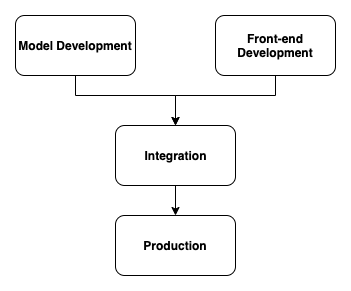
nadyaalimin/educational_data_mining keeps this draw.io diagram as media/img/development_flow.png. Above is the earlier version. Source tidied: cells renumbered, new cells last; positions are measured from the earlier drawing's top-left corner, leaving out a move shared by most shapes. The source it was exported from:
```xml
<mxGraphModel>
  <root>
    <mxCell id="0" />
    <mxCell id="1" parent="0" />
    <mxCell id="2" style="edgeStyle=orthogonalEdgeStyle;rounded=0;jettySize=auto;html=1;" parent="1" edge="1" source="3" target="7">
      <mxGeometry relative="1" as="geometry">
        <Array as="points">
          <mxPoint x="60" y="80" />
          <mxPoint x="160" y="80" />
        </Array>
      </mxGeometry>
    </mxCell>
    <mxCell id="3" value="Model Development" style="rounded=1;whiteSpace=wrap;html=1;fontStyle=1;" parent="1" vertex="1">
      <mxGeometry width="120" height="60" as="geometry" />
    </mxCell>
    <mxCell id="4" style="edgeStyle=orthogonalEdgeStyle;rounded=0;jettySize=auto;html=1;" parent="1" edge="1" source="5" target="7">
      <mxGeometry relative="1" as="geometry">
        <Array as="points">
          <mxPoint x="260" y="80" />
          <mxPoint x="160" y="80" />
        </Array>
      </mxGeometry>
    </mxCell>
    <mxCell id="5" value="Front-end Development" style="rounded=1;whiteSpace=wrap;html=1;fontStyle=1;" parent="1" vertex="1">
      <mxGeometry x="200" width="120" height="60" as="geometry" />
    </mxCell>
    <mxCell id="6" style="edgeStyle=orthogonalEdgeStyle;rounded=0;jettySize=auto;html=1;entryX=0.5;entryY=0;entryDx=0;entryDy=0;" parent="1" edge="1" source="7" target="8">
      <mxGeometry relative="1" as="geometry" />
    </mxCell>
    <mxCell id="7" value="Integration" style="rounded=1;whiteSpace=wrap;html=1;fontStyle=1;" parent="1" vertex="1">
      <mxGeometry x="100" y="110" width="120" height="60" as="geometry" />
    </mxCell>
    <mxCell id="8" value="Production" style="rounded=1;whiteSpace=wrap;html=1;fontStyle=1;" parent="1" vertex="1">
      <mxGeometry x="100" y="200" width="120" height="60" as="geometry" />
    </mxCell>
  </root>
</mxGraphModel>
```
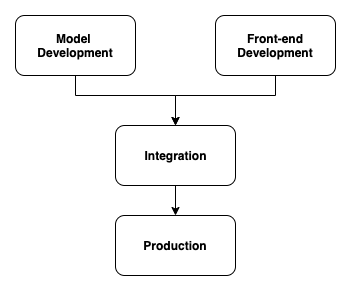
After the commit.

Commit message:
updated development flow chart

What changed in the source:
```diff
@@ -10,7 +10,7 @@
         </Array>
       </mxGeometry>
     </mxCell>
-    <mxCell id="3" value="Model Development" style="rounded=1;whiteSpace=wrap;html=1;fontStyle=1;" parent="1" vertex="1">
+    <mxCell id="3" value="Model &lt;br&gt;Development" style="rounded=1;whiteSpace=wrap;html=1;fontStyle=1;" parent="1" vertex="1">
       <mxGeometry width="120" height="60" as="geometry" />
     </mxCell>
     <mxCell id="4" style="edgeStyle=orthogonalEdgeStyle;rounded=0;jettySize=auto;html=1;" parent="1" edge="1" source="5" target="7">
```
